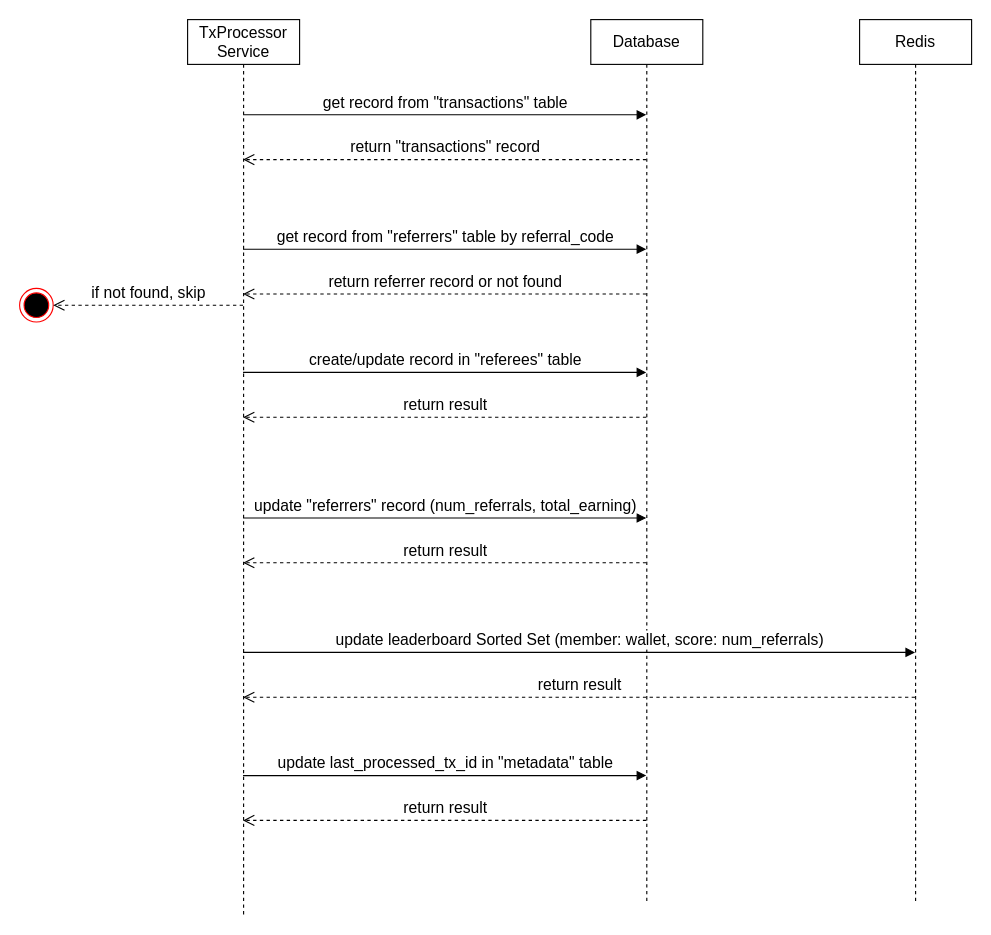
This is [No referrer] TxProcessor service sequence diagram.drawio from piavgh/draw.io-data, a draw.io file, before an edit. Source tidied: cells renumbered, new cells numbered last; positions are measured from the earlier drawing's top-left corner, leaving out a move shared by most shapes. Both pictures are drawn from the tidied source at 112%, with x=0, y=0 at pixel (19, 19).
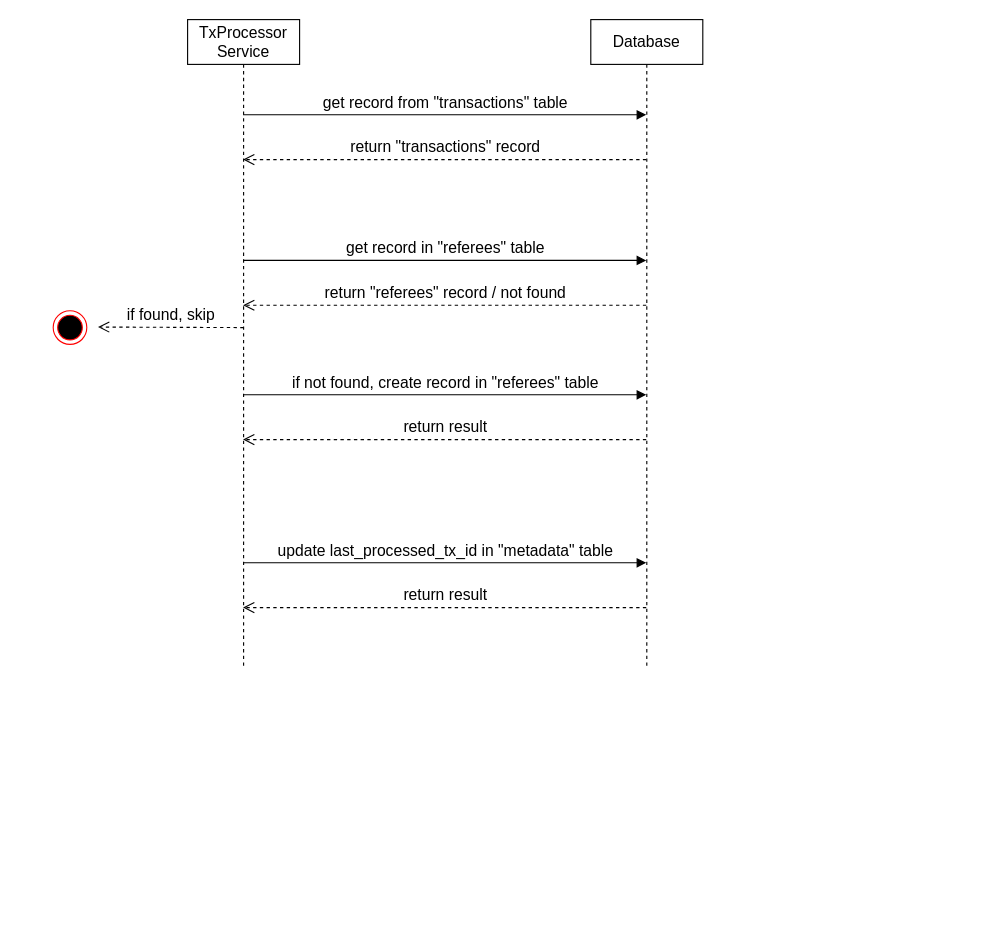
After the change.

Change to the diagram source:
```diff
@@
     <mxCell id="2" value="TxProcessor Service" style="shape=umlLifeline;perimeter=lifelinePerimeter;whiteSpace=wrap;html=1;outlineConnect=0;fontSize=14;" parent="1" vertex="1">
-      <mxGeometry x="150" width="100" height="800" as="geometry" />
+      <mxGeometry x="150" width="100" height="580" as="geometry" />
     </mxCell>
     <mxCell id="3" value="Database" style="shape=umlLifeline;perimeter=lifelinePerimeter;whiteSpace=wrap;html=1;fontSize=14;" parent="1" vertex="1">
-      <mxGeometry x="510" width="100" height="790" as="geometry" />
+      <mxGeometry x="510" width="100" height="580" as="geometry" />
     </mxCell>
-    <mxCell id="4" value="Redis" style="shape=umlLifeline;perimeter=lifelinePerimeter;whiteSpace=wrap;html=1;fontSize=14;" parent="1" vertex="1">
-      <mxGeometry x="750" width="100" height="790" as="geometry" />
-    </mxCell>
-    <mxCell id="5" value="return referrer record or not found" style="html=1;verticalAlign=bottom;endArrow=open;dashed=1;endSize=8;rounded=0;fontSize=14;" parent="1" edge="1">
-      <mxGeometry relative="1" as="geometry">
-        <mxPoint x="559.5" y="245" as="sourcePoint" />
-        <mxPoint x="199.5" y="245" as="targetPoint" />
-      </mxGeometry>
-    </mxCell>
-    <mxCell id="6" value="get record from &quot;referrers&quot; table by referral_code" style="html=1;verticalAlign=bottom;endArrow=block;rounded=0;fontSize=14;" parent="1" edge="1">
-      <mxGeometry relative="1" as="geometry">
-        <mxPoint x="199.5" y="205" as="sourcePoint" />
-        <mxPoint x="559.5" y="205" as="targetPoint" />
-      </mxGeometry>
-    </mxCell>
@@
-    <mxCell id="9" style="ellipse;html=1;shape=endState;fillColor=#000000;strokeColor=#ff0000;fontSize=14;" parent="1" vertex="1">
-      <mxGeometry y="240" width="30" height="30" as="geometry" />
-    </mxCell>
-    <mxCell id="10" value="if not found, skip" style="html=1;verticalAlign=bottom;endArrow=open;dashed=1;endSize=8;rounded=0;fontSize=14;entryX=1;entryY=0.5;entryDx=0;entryDy=0;" parent="1" edge="1" source="2" target="9">
-      <mxGeometry relative="1" as="geometry" />
-    </mxCell>
-    <mxCell id="11" value="return result" style="html=1;verticalAlign=bottom;endArrow=open;dashed=1;endSize=8;rounded=0;fontSize=14;" parent="1" edge="1">
+    <mxCell id="11" value="return &quot;referees&quot; record / not found" style="html=1;verticalAlign=bottom;endArrow=open;dashed=1;endSize=8;rounded=0;fontSize=14;" parent="1" edge="1">
       <mxGeometry relative="1" as="geometry">
-        <mxPoint x="559.5" y="355" as="sourcePoint" />
-        <mxPoint x="199.5" y="355" as="targetPoint" />
+        <mxPoint x="559.5" y="255" as="sourcePoint" />
+        <mxPoint x="199.5" y="255" as="targetPoint" />
       </mxGeometry>
     </mxCell>
-    <mxCell id="12" value="create/update record in &quot;referees&quot; table" style="html=1;verticalAlign=bottom;endArrow=block;rounded=0;fontSize=14;" parent="1" edge="1">
+    <mxCell id="12" value="get record in &quot;referees&quot; table" style="html=1;verticalAlign=bottom;endArrow=block;rounded=0;fontSize=14;" parent="1" edge="1">
       <mxGeometry relative="1" as="geometry">
-        <mxPoint x="199.5" y="315" as="sourcePoint" />
-        <mxPoint x="559.5" y="315" as="targetPoint" />
+        <mxPoint x="199.5" y="215" as="sourcePoint" />
+        <mxPoint x="559.5" y="215" as="targetPoint" />
       </mxGeometry>
     </mxCell>
-    <mxCell id="13" value="return result" style="html=1;verticalAlign=bottom;endArrow=open;dashed=1;endSize=8;rounded=0;fontSize=14;" parent="1" edge="1">
-      <mxGeometry relative="1" as="geometry">
-        <mxPoint x="559.5" y="485" as="sourcePoint" />
-        <mxPoint x="199.5" y="485" as="targetPoint" />
-      </mxGeometry>
-    </mxCell>
-    <mxCell id="14" value="update &quot;referrers&quot; record (num_referrals, total_earning)" style="html=1;verticalAlign=bottom;endArrow=block;rounded=0;fontSize=14;" parent="1" edge="1">
-      <mxGeometry relative="1" as="geometry">
-        <mxPoint x="199.5" y="445" as="sourcePoint" />
-        <mxPoint x="559.5" y="445" as="targetPoint" />
-      </mxGeometry>
-    </mxCell>
-    <mxCell id="15" value="return result" style="html=1;verticalAlign=bottom;endArrow=open;dashed=1;endSize=8;rounded=0;fontSize=14;" parent="1" edge="1">
-      <mxGeometry relative="1" as="geometry">
-        <mxPoint x="799.5" y="605" as="sourcePoint" />
-        <mxPoint x="199.5" y="605" as="targetPoint" />
-      </mxGeometry>
-    </mxCell>
-    <mxCell id="16" value="update leaderboard Sorted Set (member: wallet, score: num_referrals)" style="html=1;verticalAlign=bottom;endArrow=block;rounded=0;fontSize=14;" parent="1" edge="1">
-      <mxGeometry relative="1" as="geometry">
-        <mxPoint x="199.5" y="565" as="sourcePoint" />
-        <mxPoint x="799.5" y="565" as="targetPoint" />
-      </mxGeometry>
-    </mxCell>
     <mxCell id="17" value="update last_processed_tx_id in &quot;metadata&quot; table" style="html=1;verticalAlign=bottom;endArrow=block;rounded=0;fontSize=14;" parent="1" edge="1">
       <mxGeometry relative="1" as="geometry">
-        <mxPoint x="199.5" y="675" as="sourcePoint" />
-        <mxPoint x="559.5" y="675" as="targetPoint" />
+        <mxPoint x="199.5" y="485" as="sourcePoint" />
+        <mxPoint x="559.5" y="485" as="targetPoint" />
       </mxGeometry>
     </mxCell>
     <mxCell id="18" value="return result" style="html=1;verticalAlign=bottom;endArrow=open;dashed=1;endSize=8;rounded=0;fontSize=14;" parent="1" edge="1">
       <mxGeometry relative="1" as="geometry">
-        <mxPoint x="559.5" y="715" as="sourcePoint" />
-        <mxPoint x="199.5" y="715" as="targetPoint" />
+        <mxPoint x="559.5" y="525" as="sourcePoint" />
+        <mxPoint x="199.5" y="525" as="targetPoint" />
       </mxGeometry>
     </mxCell>
+    <mxCell id="19" style="ellipse;html=1;shape=endState;fillColor=#000000;strokeColor=#ff0000;" parent="1" vertex="1">
+      <mxGeometry x="30" y="260" width="30" height="30" as="geometry" />
+    </mxCell>
+    <mxCell id="20" value="if found, skip" style="html=1;verticalAlign=bottom;endArrow=open;dashed=1;endSize=8;rounded=0;fontSize=14;" parent="1" edge="1">
+      <mxGeometry relative="1" as="geometry">
+        <mxPoint x="200" y="275" as="sourcePoint" />
+        <mxPoint x="70" y="274.5" as="targetPoint" />
+      </mxGeometry>
+    </mxCell>
+    <mxCell id="21" value="if not found, create record in &quot;referees&quot; table" style="html=1;verticalAlign=bottom;endArrow=block;rounded=0;fontSize=14;" parent="1" edge="1">
+      <mxGeometry relative="1" as="geometry">
+        <mxPoint x="199.5" y="335" as="sourcePoint" />
+        <mxPoint x="559.5" y="335" as="targetPoint" />
+      </mxGeometry>
+    </mxCell>
+    <mxCell id="22" value="return result" style="html=1;verticalAlign=bottom;endArrow=open;dashed=1;endSize=8;rounded=0;fontSize=14;" parent="1" edge="1">
+      <mxGeometry relative="1" as="geometry">
+        <mxPoint x="559.5" y="375" as="sourcePoint" />
+        <mxPoint x="199.5" y="375" as="targetPoint" />
+      </mxGeometry>
+    </mxCell>
```
